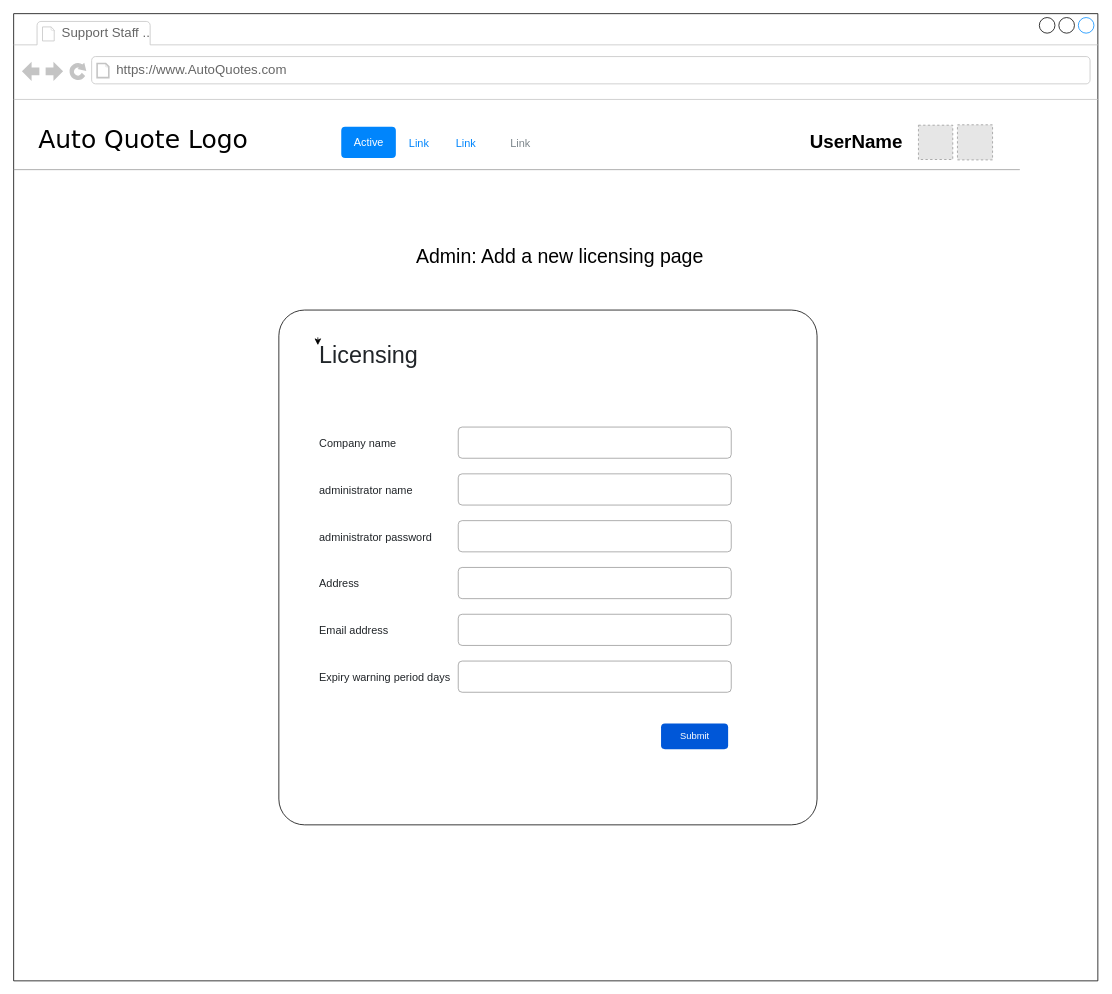
Awrmani/AutoQuotes keeps this draw.io diagram as page "Page-1" (1 of 2) of Wireframe_Mockups/Support/SupportStaffLicensingPage.drawio. Above is the earlier version. Source tidied: cells renumbered, new cells numbered last; positions are measured from the earlier drawing's top-left corner, leaving out a move shared by most shapes. Both pictures are drawn from the tidied source at 78%, with x=0, y=0 at pixel (13, 13). Pictures stored in the file or linked from it are replaced by grey dashed boxes.
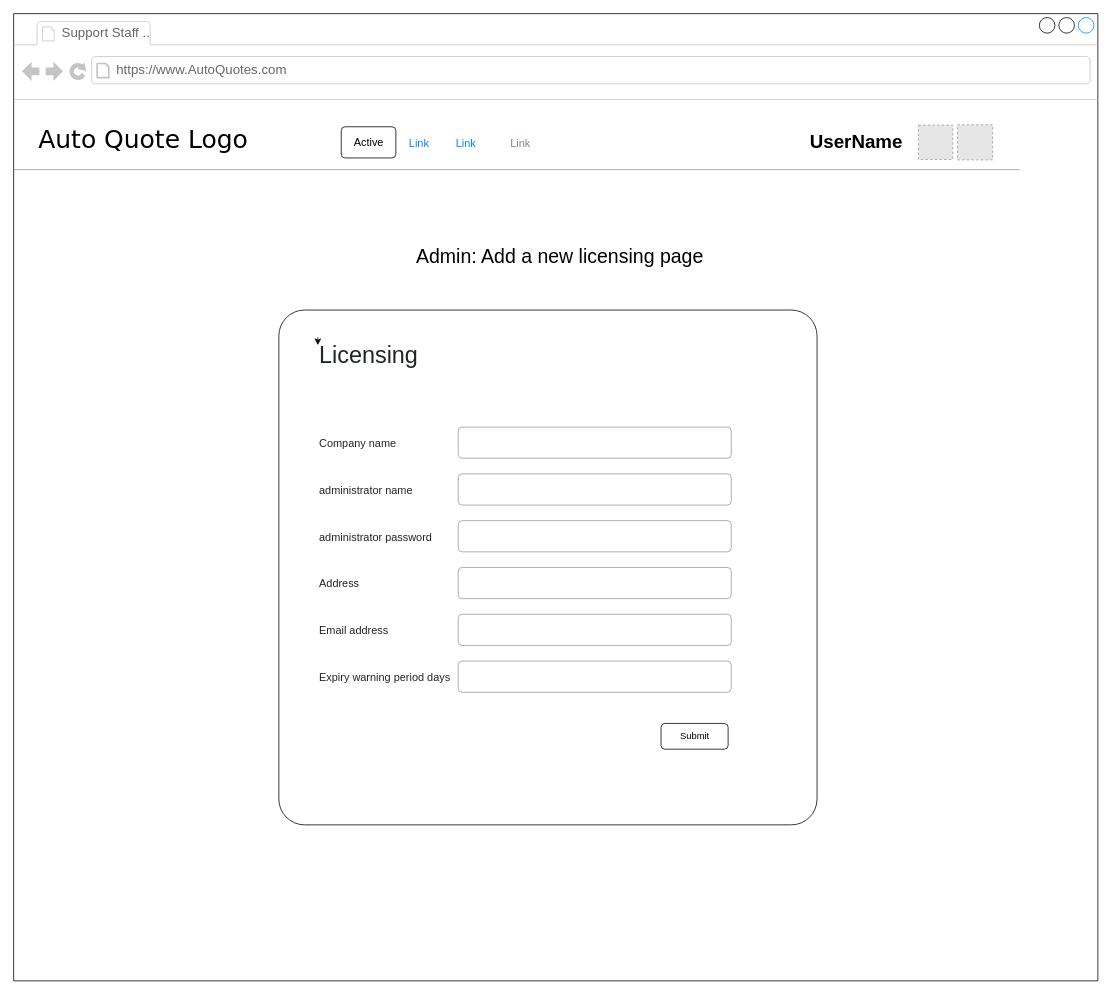
The same page after the edit.

Unchanged cells that the change refers to:
```xml
<mxCell id="2" style="strokeWidth=1;shadow=0;dashed=0;align=left;html=1;shape=mxgraph.mockup.containers.browserWindow;rSize=0;mainText=,;rounded=0;labelBackgroundColor=none;fontFamily=Verdana;fontSize=12;" parent="1" vertex="1">
  <mxGeometry width="1390" height="1240" as="geometry" />
</mxCell>
<mxCell id="15" style="group;" parent="2" vertex="1">
  <mxGeometry x="340" y="380" width="690" height="660" as="geometry" />
</mxCell>
```

What changed in the source:
```diff
@@
-    <mxCell id="7" value="Active" style="html=1;shadow=0;dashed=0;shape=mxgraph.bootstrap.rrect;rSize=5;fillColor=#0085FC;strokeColor=none;fontSize=14;fontColor=#ffffff;" parent="2" vertex="1">
+    <mxCell id="7" value="Active" style="html=1;shadow=0;dashed=0;shape=mxgraph.bootstrap.rrect;rSize=5;fontSize=14;fillStyle=auto;" parent="2" vertex="1">
       <mxGeometry x="420" y="145" width="70" height="40" as="geometry" />
     </mxCell>
@@
-    <mxCell id="31" value="Submit" style="rounded=1;fillColor=#0057D8;strokeColor=none;html=1;fontColor=#ffffff;align=center;verticalAlign=middle;fontStyle=0;fontSize=12;sketch=0;" parent="15" vertex="1">
+    <mxCell id="31" value="Submit" style="rounded=1;html=1;align=center;verticalAlign=middle;fontStyle=0;fontSize=12;sketch=0;" parent="15" vertex="1">
       <mxGeometry x="490" y="530" width="86" height="33" as="geometry" />
     </mxCell>
```
